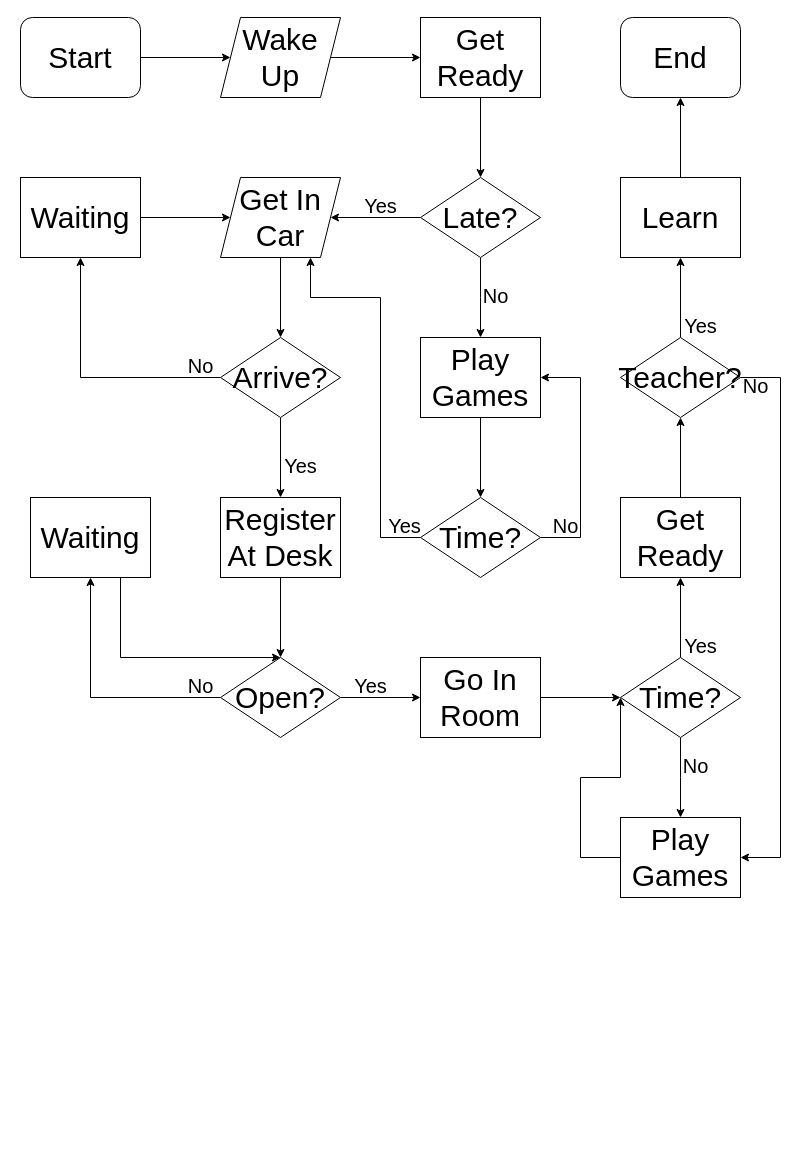
Above: Untitled Diagram.drawio in NameNT22/Watcharawit-Name (draw.io), before the change. Source tidied: cells renumbered, new cells numbered last; positions are measured from the earlier drawing's top-left corner, leaving out a move shared by most shapes. Both pictures are drawn from the tidied source at 100%, with x=0, y=0 at pixel (20, 17).
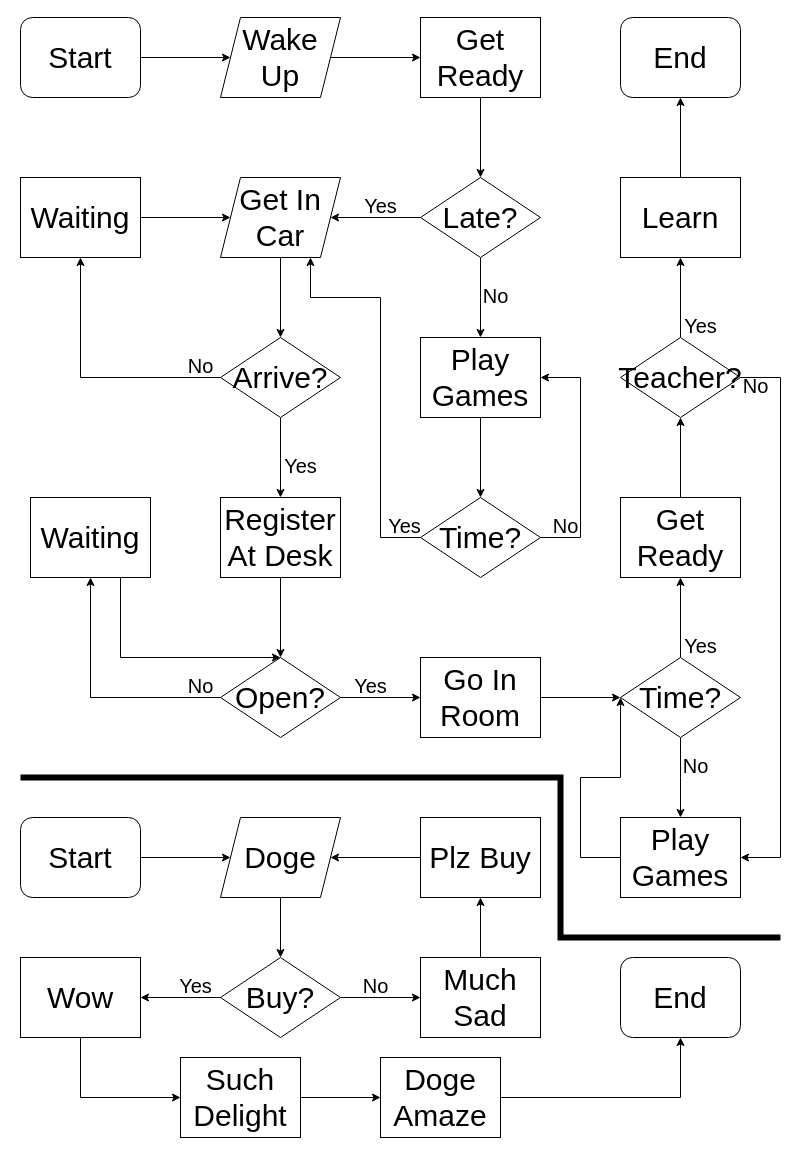
Above is the later version.

Diff of the diagram source:
```diff
@@
+    <mxCell id="57" style="endArrow=none;html=1;rounded=0;strokeWidth=6;" parent="1" edge="1">
+      <mxGeometry relative="1" as="geometry">
+        <mxPoint y="760" as="sourcePoint" />
+        <mxPoint x="760" y="920" as="targetPoint" />
+        <Array as="points">
+          <mxPoint x="540" y="760" />
+          <mxPoint x="540" y="920" />
+        </Array>
+      </mxGeometry>
+    </mxCell>
+    <mxCell id="58" value="Start" style="rounded=1;whiteSpace=wrap;html=1;fontSize=30;" parent="1" vertex="1">
+      <mxGeometry y="800" width="120" height="80" as="geometry" />
+    </mxCell>
+    <mxCell id="59" value="End" style="rounded=1;whiteSpace=wrap;html=1;fontSize=30;" parent="1" vertex="1">
+      <mxGeometry x="600" y="940" width="120" height="80" as="geometry" />
+    </mxCell>
+    <mxCell id="60" style="edgeStyle=orthogonalEdgeStyle;rounded=0;jettySize=auto;html=1;fontSize=30;strokeWidth=1;" parent="1" edge="1" source="61" target="64">
+      <mxGeometry relative="1" as="geometry" />
+    </mxCell>
+    <mxCell id="61" value="Doge" style="shape=parallelogram;perimeter=parallelogramPerimeter;whiteSpace=wrap;html=1;fixedSize=1;fontSize=30;" parent="1" vertex="1">
+      <mxGeometry x="200" y="800" width="120" height="80" as="geometry" />
+    </mxCell>
+    <mxCell id="62" style="endArrow=classic;html=1;rounded=0;fontSize=30;strokeWidth=1;exitX=1;exitY=0.5;exitDx=0;exitDy=0;entryX=0;entryY=0.5;entryDx=0;entryDy=0;" parent="1" edge="1" source="58" target="61">
+      <mxGeometry relative="1" as="geometry" />
+    </mxCell>
+    <mxCell id="63" style="edgeStyle=orthogonalEdgeStyle;rounded=0;jettySize=auto;html=1;fontSize=30;strokeWidth=1;" parent="1" edge="1" source="64" target="66">
+      <mxGeometry relative="1" as="geometry" />
+    </mxCell>
+    <mxCell id="64" value="Buy?" style="rhombus;whiteSpace=wrap;html=1;fontSize=30;" parent="1" vertex="1">
+      <mxGeometry x="200" y="940" width="120" height="80" as="geometry" />
+    </mxCell>
+    <mxCell id="65" style="edgeStyle=orthogonalEdgeStyle;rounded=0;jettySize=auto;html=1;fontSize=30;strokeWidth=1;" parent="1" edge="1" source="66" target="69">
+      <mxGeometry relative="1" as="geometry" />
+    </mxCell>
+    <mxCell id="66" value="Much Sad" style="whiteSpace=wrap;html=1;fontSize=30;" parent="1" vertex="1">
+      <mxGeometry x="400" y="940" width="120" height="80" as="geometry" />
+    </mxCell>
+    <mxCell id="67" value="&lt;font style=&quot;font-size: 20px;&quot;&gt;No&lt;/font&gt;" style="text;html=1;align=center;verticalAlign=middle;strokeColor=none;fillColor=none;fontSize=30;" parent="1" vertex="1">
+      <mxGeometry x="330" y="940" width="50" height="50" as="geometry" />
+    </mxCell>
+    <mxCell id="68" style="edgeStyle=orthogonalEdgeStyle;rounded=0;jettySize=auto;html=1;fontSize=30;strokeWidth=1;" parent="1" edge="1" source="69" target="61">
+      <mxGeometry relative="1" as="geometry" />
+    </mxCell>
+    <mxCell id="69" value="Plz Buy" style="whiteSpace=wrap;html=1;fontSize=30;" parent="1" vertex="1">
+      <mxGeometry x="400" y="800" width="120" height="80" as="geometry" />
+    </mxCell>
+    <mxCell id="70" value="Wow" style="whiteSpace=wrap;html=1;fontSize=30;" parent="1" vertex="1">
+      <mxGeometry y="940" width="120" height="80" as="geometry" />
+    </mxCell>
+    <mxCell id="71" value="&lt;font style=&quot;font-size: 20px;&quot;&gt;Yes&lt;/font&gt;" style="text;html=1;align=center;verticalAlign=middle;points=[];strokeColor=none;fillColor=none;fontSize=30;" parent="1" vertex="1">
+      <mxGeometry x="145" y="940" width="60" height="50" as="geometry" />
+    </mxCell>
+    <mxCell id="72" style="endArrow=classic;html=1;rounded=0;fontSize=30;strokeWidth=1;exitX=0.917;exitY=0.8;exitDx=0;exitDy=0;exitPerimeter=0;entryX=1;entryY=0.5;entryDx=0;entryDy=0;" parent="1" edge="1" source="71" target="70">
+      <mxGeometry relative="1" as="geometry" />
+    </mxCell>
+    <mxCell id="73" style="edgeStyle=orthogonalEdgeStyle;rounded=0;jettySize=auto;html=1;fontSize=30;strokeWidth=1;" parent="1" edge="1" source="74" target="76">
+      <mxGeometry relative="1" as="geometry" />
+    </mxCell>
+    <mxCell id="74" value="Such Delight" style="whiteSpace=wrap;html=1;fontSize=30;" parent="1" vertex="1">
+      <mxGeometry x="160" y="1040" width="120" height="80" as="geometry" />
+    </mxCell>
+    <mxCell id="75" style="endArrow=classic;html=1;rounded=0;fontSize=30;strokeWidth=1;exitX=0.5;exitY=1;exitDx=0;exitDy=0;entryX=0;entryY=0.5;entryDx=0;entryDy=0;" parent="1" edge="1" source="70" target="74">
+      <mxGeometry relative="1" as="geometry">
+        <Array as="points">
+          <mxPoint x="60" y="1080" />
+        </Array>
+      </mxGeometry>
+    </mxCell>
+    <mxCell id="76" value="Doge Amaze" style="whiteSpace=wrap;html=1;fontSize=30;" parent="1" vertex="1">
+      <mxGeometry x="360" y="1040" width="120" height="80" as="geometry" />
+    </mxCell>
+    <mxCell id="77" style="endArrow=classic;html=1;rounded=0;fontSize=30;strokeWidth=1;exitX=1;exitY=0.5;exitDx=0;exitDy=0;entryX=0.5;entryY=1;entryDx=0;entryDy=0;" parent="1" edge="1" source="76" target="59">
+      <mxGeometry relative="1" as="geometry">
+        <Array as="points">
+          <mxPoint x="660" y="1080" />
+        </Array>
+      </mxGeometry>
+    </mxCell>
```
